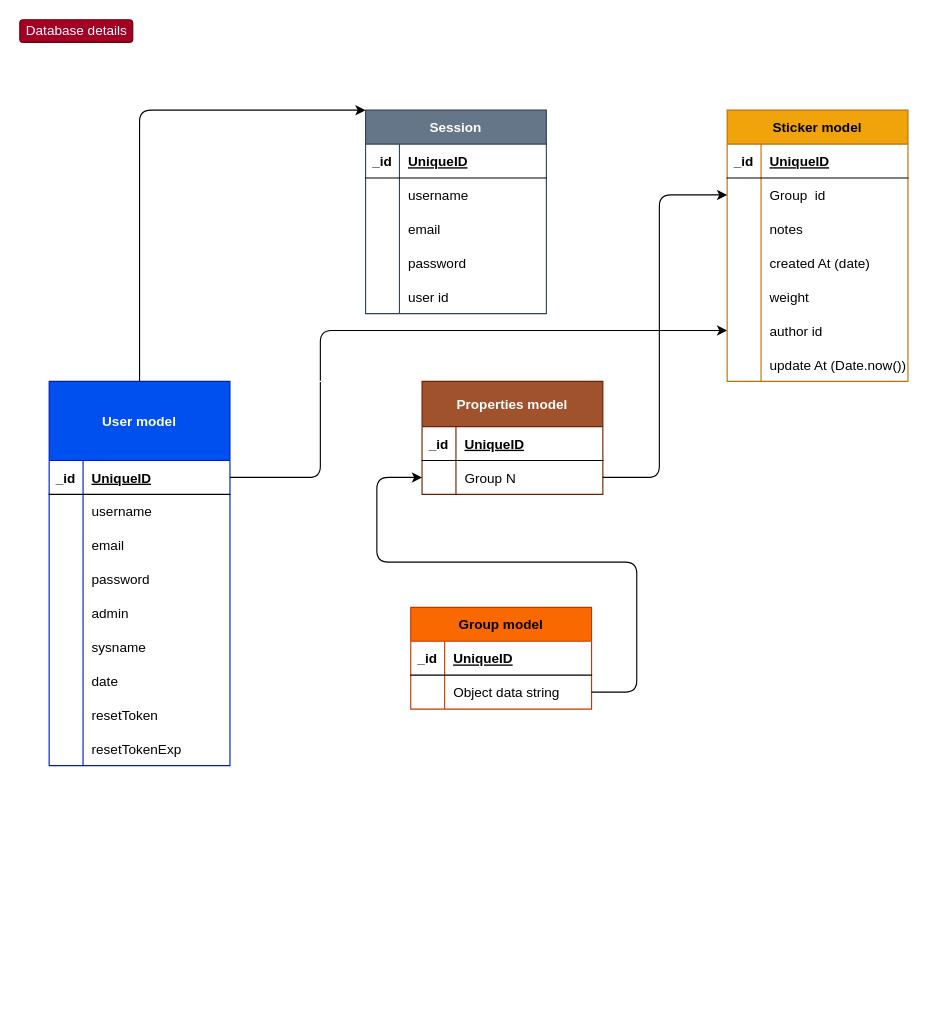
Earlier version of the draw.io diagram page "Database details" (2 of 2) of Untitled Diagram.drawio (mihnevich1989/drawio-diagramms). Source tidied: cells renumbered, new cells numbered last; positions are measured from the earlier drawing's top-left corner, leaving out a move shared by most shapes. Both pictures are drawn from the tidied source at 113%, with x=0, y=0 at pixel (19, 19).
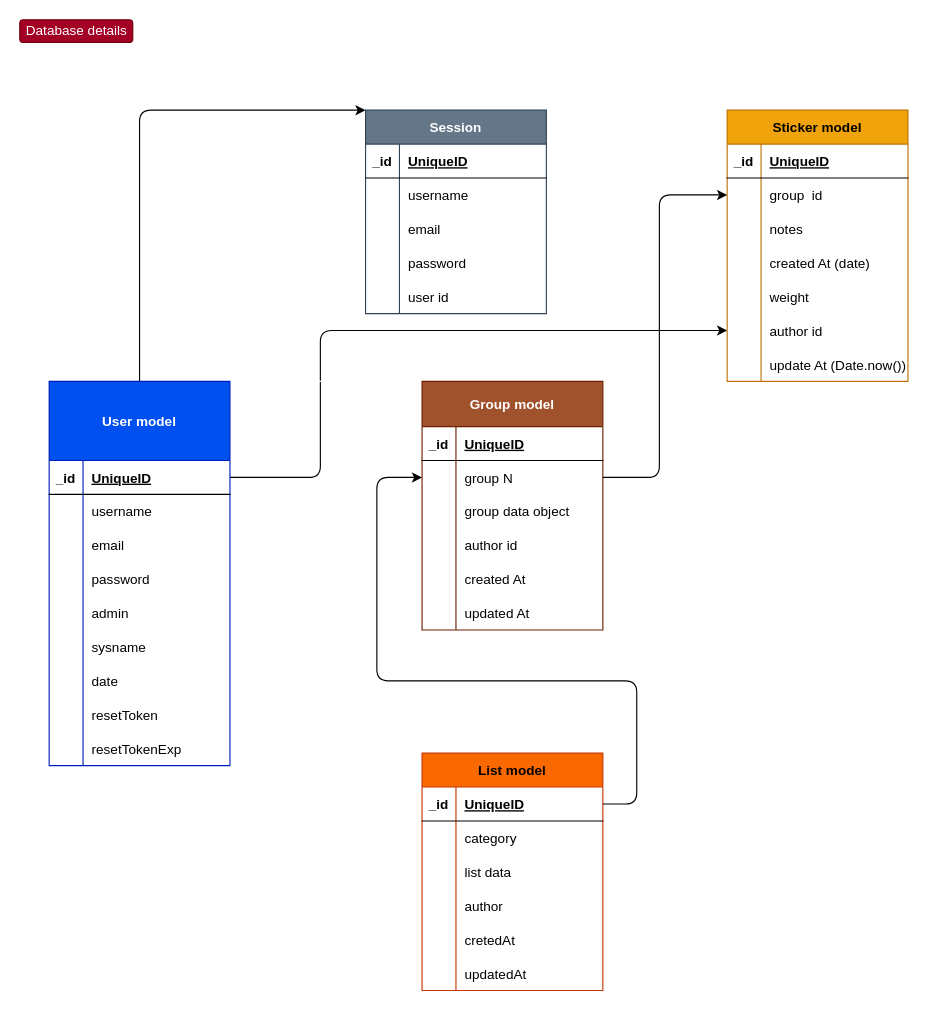
Above is the later version.

Unchanged cells that the change refers to:
```xml
<mxCell id="37" style="shape=tableRow;horizontal=0;startSize=0;swimlaneHead=0;swimlaneBody=0;fillColor=none;points=[[0,0.5],[1,0.5]];portConstraint=eastwest;top=0;left=0;right=0;bottom=0;rounded=1;" parent="33" vertex="1">
  <mxGeometry y="60" width="160" height="30" as="geometry" />
</mxCell>
<mxCell id="60" style="shape=tableRow;horizontal=0;startSize=0;swimlaneHead=0;swimlaneBody=0;fillColor=none;points=[[0,0.5],[1,0.5]];portConstraint=eastwest;top=0;left=0;right=0;bottom=0;rounded=1;" parent="56" vertex="1">
  <mxGeometry y="70" width="160" height="30" as="geometry" />
</mxCell>
<mxCell id="80" style="shape=tableRow;horizontal=0;startSize=0;swimlaneHead=0;swimlaneBody=0;fillColor=none;points=[[0,0.5],[1,0.5]];portConstraint=eastwest;top=0;left=0;right=0;bottom=1;rounded=1;" parent="79" vertex="1">
  <mxGeometry y="30" width="160" height="30" as="geometry" />
</mxCell>
<mxCell id="83" style="shape=tableRow;horizontal=0;startSize=0;swimlaneHead=0;swimlaneBody=0;fillColor=none;points=[[0,0.5],[1,0.5]];portConstraint=eastwest;top=0;left=0;right=0;bottom=0;rounded=1;" parent="79" vertex="1">
  <mxGeometry y="60" width="160" height="30" as="geometry" />
</mxCell>
```

What changed in the source:
```diff
@@
-    <mxCell id="39" value="Group  id" style="shape=partialRectangle;fillColor=none;top=0;left=0;bottom=0;right=0;align=left;spacingLeft=6;overflow=hidden;rounded=1;" parent="37" vertex="1">
+    <mxCell id="39" value="group  id" style="shape=partialRectangle;fillColor=none;top=0;left=0;bottom=0;right=0;align=left;spacingLeft=6;overflow=hidden;rounded=1;" parent="37" vertex="1">
       <mxGeometry x="30" width="130" height="30" as="geometry" />
     </mxCell>
@@
-    <mxCell id="56" value="Properties model" style="shape=table;startSize=40;childLayout=tableLayout;rowLines=0;fontStyle=1;align=center;swimlaneFillColor=default;fillColor=#a0522d;fontColor=#ffffff;strokeColor=#6D1F00;rounded=0;" parent="1" vertex="1">
-      <mxGeometry x="356" y="320" width="160" height="100" as="geometry" />
+    <mxCell id="56" value="Group model" style="shape=table;startSize=40;childLayout=tableLayout;rowLines=0;fontStyle=1;align=center;swimlaneFillColor=default;fillColor=#a0522d;fontColor=#ffffff;strokeColor=#6D1F00;rounded=0;" parent="1" vertex="1">
+      <mxGeometry x="356" y="320" width="160" height="220" as="geometry" />
     </mxCell>
@@
-    <mxCell id="62" value="Group N" style="shape=partialRectangle;fillColor=none;top=0;left=0;bottom=0;right=0;align=left;spacingLeft=6;overflow=hidden;rounded=1;" parent="60" vertex="1">
+    <mxCell id="62" value="group N" style="shape=partialRectangle;fillColor=none;top=0;left=0;bottom=0;right=0;align=left;spacingLeft=6;overflow=hidden;rounded=1;" parent="60" vertex="1">
       <mxGeometry x="30" width="130" height="30" as="geometry" />
     </mxCell>
+    <mxCell id="88" style="shape=tableRow;horizontal=0;startSize=0;swimlaneHead=0;swimlaneBody=0;fillColor=none;top=0;left=0;right=0;bottom=0;rounded=1;" parent="56" vertex="1">
+      <mxGeometry y="100" width="160" height="30" as="geometry" />
+    </mxCell>
+    <mxCell id="89" style="shape=partialRectangle;fillColor=none;top=0;left=0;bottom=0;right=0;overflow=hidden;rounded=1;" parent="88" vertex="1">
+      <mxGeometry width="30" height="30" as="geometry" />
+    </mxCell>
+    <mxCell id="90" value="group data object" style="shape=partialRectangle;fillColor=none;top=0;left=0;bottom=0;right=0;align=left;spacingLeft=6;overflow=hidden;rounded=1;" parent="88" vertex="1">
+      <mxGeometry x="30" width="130" height="30" as="geometry" />
+    </mxCell>
+    <mxCell id="91" style="shape=tableRow;horizontal=0;startSize=0;swimlaneHead=0;swimlaneBody=0;fillColor=none;top=0;left=0;right=0;bottom=0;rounded=1;" parent="56" vertex="1">
+      <mxGeometry y="130" width="160" height="30" as="geometry" />
+    </mxCell>
+    <mxCell id="92" style="shape=partialRectangle;fillColor=none;top=0;left=0;bottom=0;right=0;overflow=hidden;rounded=1;" parent="91" vertex="1">
+      <mxGeometry width="30" height="30" as="geometry" />
+    </mxCell>
+    <mxCell id="93" value="author id" style="shape=partialRectangle;fillColor=none;top=0;left=0;bottom=0;right=0;align=left;spacingLeft=6;overflow=hidden;rounded=1;" parent="91" vertex="1">
+      <mxGeometry x="30" width="130" height="30" as="geometry" />
+    </mxCell>
+    <mxCell id="94" style="shape=tableRow;horizontal=0;startSize=0;swimlaneHead=0;swimlaneBody=0;fillColor=none;top=0;left=0;right=0;bottom=0;rounded=1;" parent="56" vertex="1">
+      <mxGeometry y="160" width="160" height="30" as="geometry" />
+    </mxCell>
+    <mxCell id="95" style="shape=partialRectangle;fillColor=none;top=0;left=0;bottom=0;right=0;overflow=hidden;rounded=1;" parent="94" vertex="1">
+      <mxGeometry width="30" height="30" as="geometry" />
+    </mxCell>
+    <mxCell id="96" value="created At" style="shape=partialRectangle;fillColor=none;top=0;left=0;bottom=0;right=0;align=left;spacingLeft=6;overflow=hidden;rounded=1;" parent="94" vertex="1">
+      <mxGeometry x="30" width="130" height="30" as="geometry" />
+    </mxCell>
+    <mxCell id="97" style="shape=tableRow;horizontal=0;startSize=0;swimlaneHead=0;swimlaneBody=0;fillColor=none;top=0;left=0;right=0;bottom=0;rounded=1;" parent="56" vertex="1">
+      <mxGeometry y="190" width="160" height="30" as="geometry" />
+    </mxCell>
+    <mxCell id="98" style="shape=partialRectangle;fillColor=none;top=0;left=0;bottom=0;right=0;overflow=hidden;rounded=1;" parent="97" vertex="1">
+      <mxGeometry width="30" height="30" as="geometry" />
+    </mxCell>
+    <mxCell id="99" value="updated At" style="shape=partialRectangle;fillColor=none;top=0;left=0;bottom=0;right=0;align=left;spacingLeft=6;overflow=hidden;rounded=1;" parent="97" vertex="1">
+      <mxGeometry x="30" width="130" height="30" as="geometry" />
+    </mxCell>
@@
-    <mxCell id="79" value="Group model" style="shape=table;startSize=30;childLayout=tableLayout;rowLines=0;fontStyle=1;align=center;swimlaneFillColor=default;fillColor=#fa6800;fontColor=#000000;strokeColor=#C73500;rounded=0;" parent="1" vertex="1">
-      <mxGeometry x="346" y="520" width="160" height="90" as="geometry" />
+    <mxCell id="79" value="List model" style="shape=table;startSize=30;childLayout=tableLayout;rowLines=0;fontStyle=1;align=center;swimlaneFillColor=default;fillColor=#fa6800;fontColor=#000000;strokeColor=#C73500;rounded=0;" parent="1" vertex="1">
+      <mxGeometry x="356" y="649" width="160" height="210" as="geometry" />
     </mxCell>
@@
-    <mxCell id="85" value="Object data string" style="shape=partialRectangle;fillColor=none;top=0;left=0;bottom=0;right=0;align=left;spacingLeft=6;overflow=hidden;rounded=1;" parent="83" vertex="1">
+    <mxCell id="85" value="category" style="shape=partialRectangle;fillColor=none;top=0;left=0;bottom=0;right=0;align=left;spacingLeft=6;overflow=hidden;rounded=1;" parent="83" vertex="1">
       <mxGeometry x="30" width="130" height="30" as="geometry" />
     </mxCell>
+    <mxCell id="100" style="shape=tableRow;horizontal=0;startSize=0;swimlaneHead=0;swimlaneBody=0;fillColor=none;top=0;left=0;right=0;bottom=0;rounded=1;" parent="79" vertex="1">
+      <mxGeometry y="90" width="160" height="30" as="geometry" />
+    </mxCell>
+    <mxCell id="101" style="shape=partialRectangle;fillColor=none;top=0;left=0;bottom=0;right=0;overflow=hidden;rounded=1;" parent="100" vertex="1">
+      <mxGeometry width="30" height="30" as="geometry" />
+    </mxCell>
+    <mxCell id="102" value="list data" style="shape=partialRectangle;fillColor=none;top=0;left=0;bottom=0;right=0;align=left;spacingLeft=6;overflow=hidden;rounded=1;" parent="100" vertex="1">
+      <mxGeometry x="30" width="130" height="30" as="geometry" />
+    </mxCell>
+    <mxCell id="103" style="shape=tableRow;horizontal=0;startSize=0;swimlaneHead=0;swimlaneBody=0;fillColor=none;top=0;left=0;right=0;bottom=0;rounded=1;" parent="79" vertex="1">
+      <mxGeometry y="120" width="160" height="30" as="geometry" />
+    </mxCell>
+    <mxCell id="104" style="shape=partialRectangle;fillColor=none;top=0;left=0;bottom=0;right=0;overflow=hidden;rounded=1;" parent="103" vertex="1">
+      <mxGeometry width="30" height="30" as="geometry" />
+    </mxCell>
+    <mxCell id="105" value="author" style="shape=partialRectangle;fillColor=none;top=0;left=0;bottom=0;right=0;align=left;spacingLeft=6;overflow=hidden;rounded=1;" parent="103" vertex="1">
+      <mxGeometry x="30" width="130" height="30" as="geometry" />
+    </mxCell>
+    <mxCell id="106" style="shape=tableRow;horizontal=0;startSize=0;swimlaneHead=0;swimlaneBody=0;fillColor=none;top=0;left=0;right=0;bottom=0;rounded=1;" parent="79" vertex="1">
+      <mxGeometry y="150" width="160" height="30" as="geometry" />
+    </mxCell>
+    <mxCell id="107" style="shape=partialRectangle;fillColor=none;top=0;left=0;bottom=0;right=0;overflow=hidden;rounded=1;" parent="106" vertex="1">
+      <mxGeometry width="30" height="30" as="geometry" />
+    </mxCell>
+    <mxCell id="108" value="cretedAt" style="shape=partialRectangle;fillColor=none;top=0;left=0;bottom=0;right=0;align=left;spacingLeft=6;overflow=hidden;rounded=1;" parent="106" vertex="1">
+      <mxGeometry x="30" width="130" height="30" as="geometry" />
+    </mxCell>
+    <mxCell id="109" style="shape=tableRow;horizontal=0;startSize=0;swimlaneHead=0;swimlaneBody=0;fillColor=none;top=0;left=0;right=0;bottom=0;rounded=1;" parent="79" vertex="1">
+      <mxGeometry y="180" width="160" height="30" as="geometry" />
+    </mxCell>
+    <mxCell id="110" style="shape=partialRectangle;fillColor=none;top=0;left=0;bottom=0;right=0;overflow=hidden;rounded=1;" parent="109" vertex="1">
+      <mxGeometry width="30" height="30" as="geometry" />
+    </mxCell>
+    <mxCell id="111" value="updatedAt" style="shape=partialRectangle;fillColor=none;top=0;left=0;bottom=0;right=0;align=left;spacingLeft=6;overflow=hidden;rounded=1;" parent="109" vertex="1">
+      <mxGeometry x="30" width="130" height="30" as="geometry" />
+    </mxCell>
@@
-    <mxCell id="87" style="edgeStyle=orthogonalEdgeStyle;rounded=1;jettySize=auto;html=1;exitX=1;exitY=0.5;exitDx=0;exitDy=0;entryX=0;entryY=0.5;entryDx=0;entryDy=0;" parent="1" edge="1" source="83" target="60">
+    <mxCell id="87" style="edgeStyle=orthogonalEdgeStyle;rounded=1;jettySize=auto;html=1;exitX=1;exitY=0.5;exitDx=0;exitDy=0;entryX=0;entryY=0.5;entryDx=0;entryDy=0;" parent="1" edge="1" source="80" target="60">
       <mxGeometry relative="1" as="geometry">
         <Array as="points">
-          <mxPoint x="546" y="595" />
-          <mxPoint x="546" y="480" />
-          <mxPoint x="316" y="480" />
+          <mxPoint x="546" y="694" />
+          <mxPoint x="546" y="585" />
+          <mxPoint x="316" y="585" />
           <mxPoint x="316" y="405" />
         </Array>
       </mxGeometry>
     </mxCell>
```
